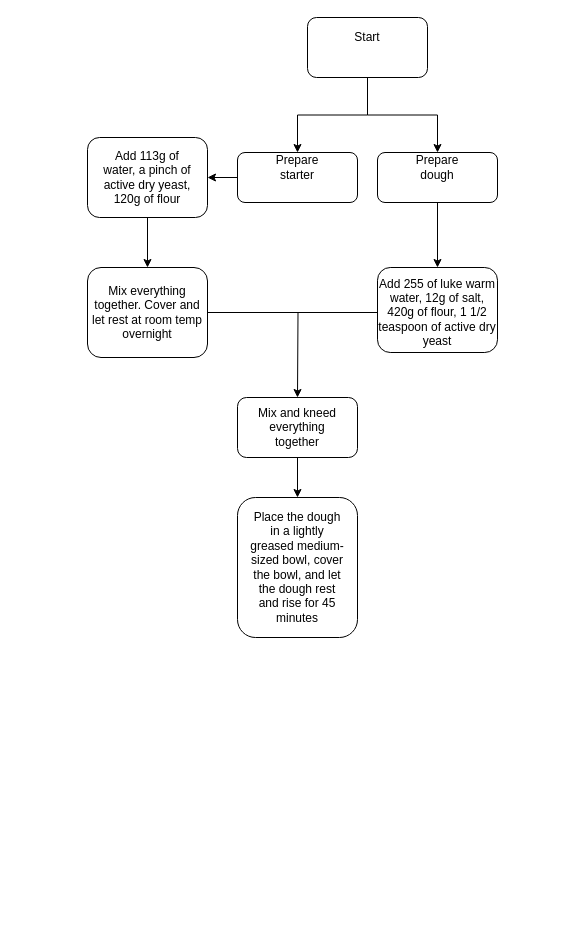
The draw.io diagram Untitled Diagram.drawio in obamaspy/Random-stuff, before the edit. Source tidied: cells renumbered, new cells numbered last; positions are measured from the earlier drawing's top-left corner, leaving out a move shared by most shapes. Both pictures are drawn from the tidied source at 100%, with x=0, y=0 at pixel (87, 17).
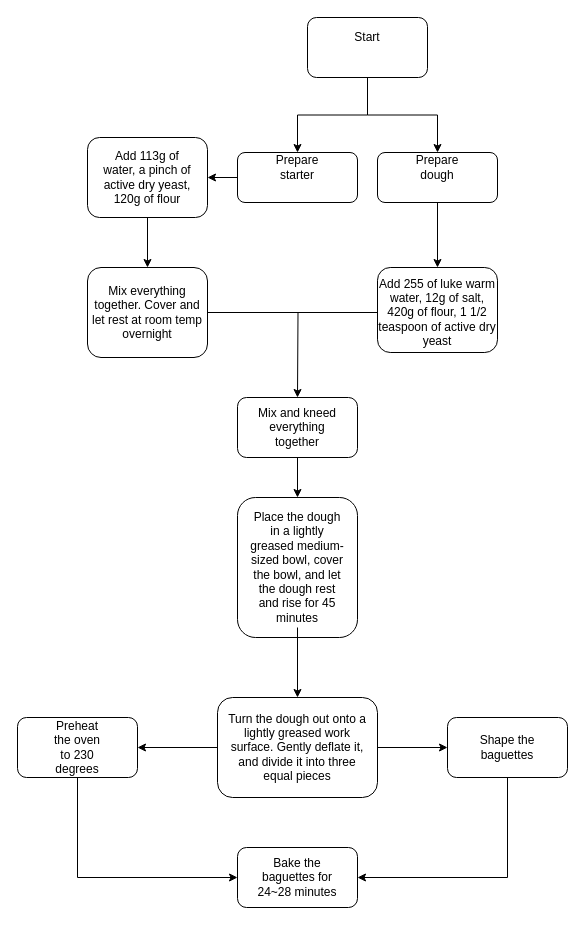
The same page after the edit.

The change refers to these unchanged cells:
```xml
<mxCell id="25" value="Place the dough in a lightly greased medium-sized bowl, cover the bowl, and let the dough rest and rise for 45 minutes" style="text;html=1;strokeColor=none;fillColor=none;align=center;verticalAlign=middle;whiteSpace=wrap;rounded=0;" parent="1" vertex="1">
  <mxGeometry x="160" y="490" width="100" height="120" as="geometry" />
</mxCell>
```

Change to the diagram source:
```diff
@@
+    <mxCell id="26" style="edgeStyle=orthogonalEdgeStyle;rounded=0;jettySize=auto;html=1;" parent="1" edge="1" source="25" target="28">
+      <mxGeometry relative="1" as="geometry" />
+    </mxCell>
@@
+    <mxCell id="27" style="edgeStyle=orthogonalEdgeStyle;rounded=0;jettySize=auto;html=1;" parent="1" edge="1" source="28" target="30">
+      <mxGeometry relative="1" as="geometry" />
+    </mxCell>
+    <mxCell id="28" style="rounded=1;whiteSpace=wrap;html=1;" parent="1" vertex="1">
+      <mxGeometry x="130" y="680" width="160" height="100" as="geometry" />
+    </mxCell>
+    <mxCell id="29" value="Turn the dough out onto a lightly greased work surface. Gently deflate it, and divide it into three equal pieces" style="text;html=1;strokeColor=none;fillColor=none;align=center;verticalAlign=middle;whiteSpace=wrap;rounded=0;" parent="1" vertex="1">
+      <mxGeometry x="140" y="715" width="140" height="30" as="geometry" />
+    </mxCell>
+    <mxCell id="30" style="rounded=1;whiteSpace=wrap;html=1;" parent="1" vertex="1">
+      <mxGeometry x="360" y="700" width="120" height="60" as="geometry" />
+    </mxCell>
+    <mxCell id="31" value="Shape the baguettes" style="text;html=1;strokeColor=none;fillColor=none;align=center;verticalAlign=middle;whiteSpace=wrap;rounded=0;" parent="1" vertex="1">
+      <mxGeometry x="390" y="715" width="60" height="30" as="geometry" />
+    </mxCell>
+    <mxCell id="32" style="rounded=1;whiteSpace=wrap;html=1;" parent="1" vertex="1">
+      <mxGeometry x="-70" y="700" width="120" height="60" as="geometry" />
+    </mxCell>
+    <mxCell id="33" value="Preheat the oven to 230 degrees" style="text;html=1;strokeColor=none;fillColor=none;align=center;verticalAlign=middle;whiteSpace=wrap;rounded=0;" parent="1" vertex="1">
+      <mxGeometry x="-40" y="715" width="60" height="30" as="geometry" />
+    </mxCell>
+    <mxCell id="34" style="rounded=1;whiteSpace=wrap;html=1;" parent="1" vertex="1">
+      <mxGeometry x="150" y="830" width="120" height="60" as="geometry" />
+    </mxCell>
+    <mxCell id="35" style="endArrow=none;html=1;rounded=0;exitX=0.5;exitY=1;exitDx=0;exitDy=0;" parent="1" edge="1" source="32">
+      <mxGeometry relative="1" as="geometry">
+        <mxPoint x="-10" y="860" as="targetPoint" />
+      </mxGeometry>
+    </mxCell>
+    <mxCell id="36" style="endArrow=classic;html=1;rounded=0;exitX=0;exitY=0.5;exitDx=0;exitDy=0;entryX=1;entryY=0.5;entryDx=0;entryDy=0;" parent="1" edge="1" source="28" target="32">
+      <mxGeometry relative="1" as="geometry" />
+    </mxCell>
+    <mxCell id="37" style="endArrow=none;html=1;rounded=0;exitX=0.5;exitY=1;exitDx=0;exitDy=0;" parent="1" edge="1" source="30">
+      <mxGeometry relative="1" as="geometry">
+        <mxPoint x="420" y="860" as="targetPoint" />
+      </mxGeometry>
+    </mxCell>
+    <mxCell id="38" style="endArrow=classic;html=1;rounded=0;entryX=0;entryY=0.5;entryDx=0;entryDy=0;" parent="1" edge="1" target="34">
+      <mxGeometry relative="1" as="geometry">
+        <mxPoint x="-10" y="860" as="sourcePoint" />
+      </mxGeometry>
+    </mxCell>
+    <mxCell id="39" style="endArrow=classic;html=1;rounded=0;entryX=1;entryY=0.5;entryDx=0;entryDy=0;" parent="1" edge="1" target="34">
+      <mxGeometry relative="1" as="geometry">
+        <mxPoint x="420" y="860" as="sourcePoint" />
+      </mxGeometry>
+    </mxCell>
+    <mxCell id="40" value="Bake the baguettes for 24~28 minutes" style="text;html=1;strokeColor=none;fillColor=none;align=center;verticalAlign=middle;whiteSpace=wrap;rounded=0;" parent="1" vertex="1">
+      <mxGeometry x="160" y="845" width="100" height="30" as="geometry" />
+    </mxCell>
```
